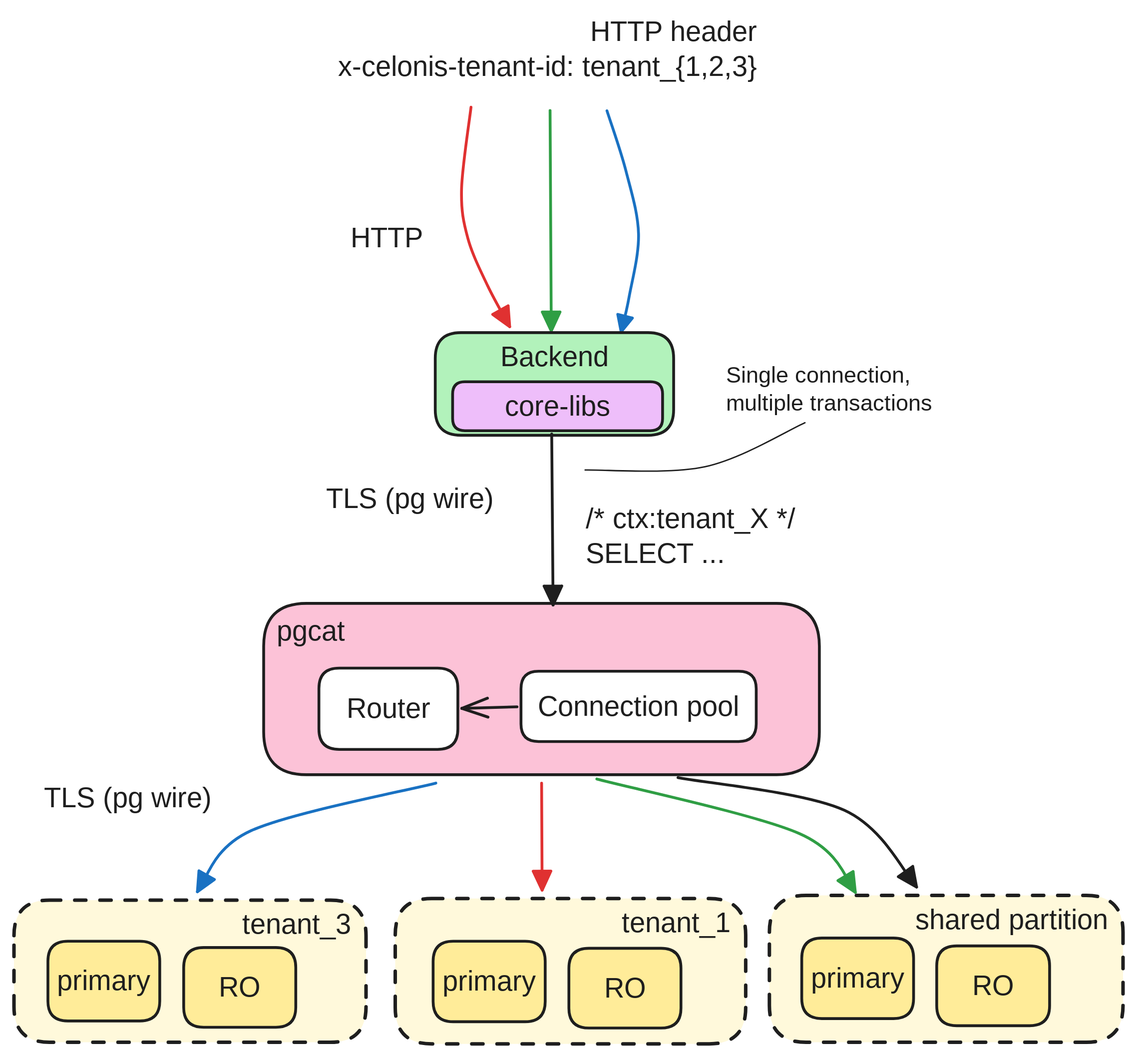
mbrt/blog keeps this Excalidraw diagram as content/posts/multi-tenant-cmek/img11.svg. Above is the earlier version. Source tidied: one line per element, renumbered; positions are measured from the earlier drawing's top-left corner, leaving out a move shared by most shapes.
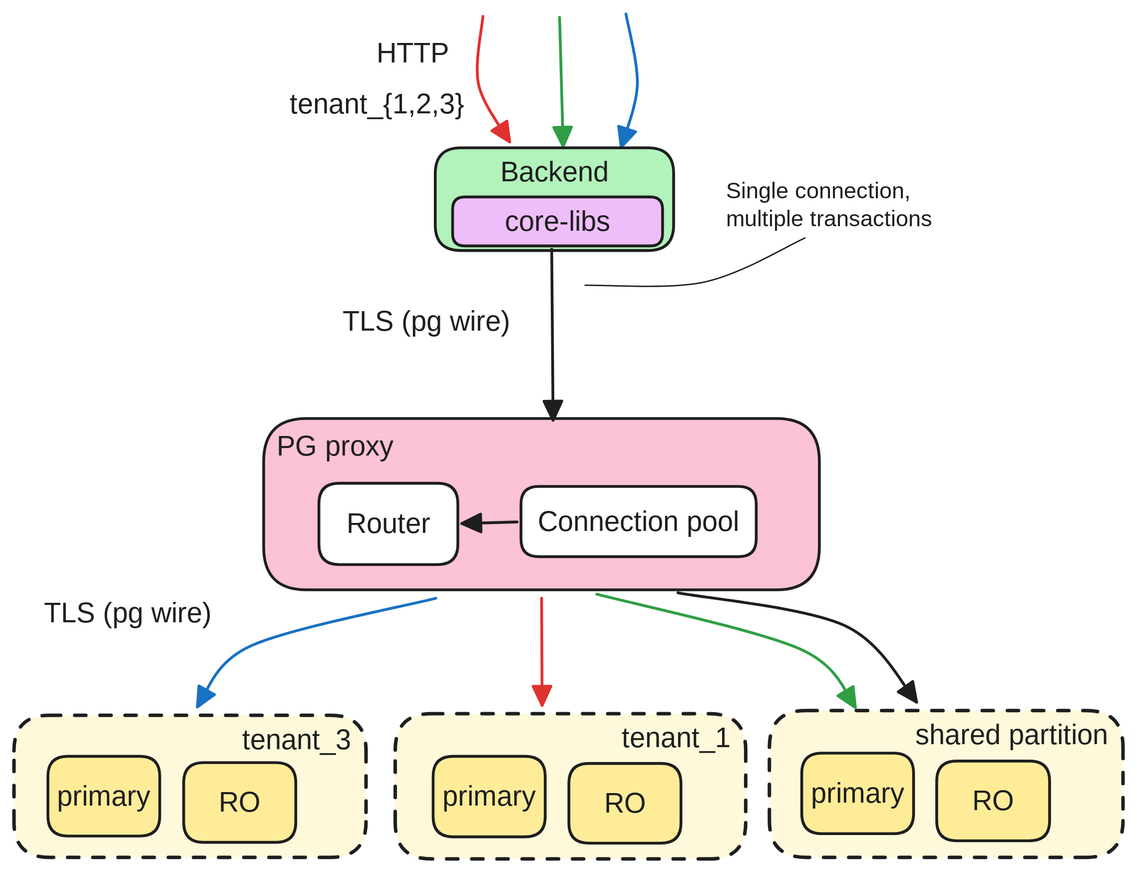
The same file after the commit.

Change to the diagram source:
```diff
@@ -1,18 +1,18 @@
-{"id": 0, "type": "arrow", "strokeColor": "#2f9e44", "strokeWidth": 2, "roughness": 0, "endArrowhead": "triangle", "x": 383, "y": 69, "width": 1, "height": 158, "points": [[0, 0], [1, 158]]}
+{"id": 0, "type": "arrow", "strokeColor": "#2f9e44", "strokeWidth": 2, "roughness": 0, "endArrowhead": "triangle", "x": 390, "y": 134, "width": 3, "height": 92, "points": [[0, 0], [3, 92]]}
-{"id": 1, "type": "arrow", "strokeColor": "#e03131", "strokeWidth": 2, "roughness": 0, "endArrowhead": "triangle", "round": true, "x": 327, "y": 67, "width": 34, "height": 157, "points": [[0, 0], [-7, 59], [-2, 94], [12, 128], [28, 157]]}
+{"id": 1, "type": "arrow", "strokeColor": "#e03131", "strokeWidth": 2, "roughness": 0, "endArrowhead": "triangle", "round": true, "x": 335, "y": 134, "width": 22, "height": 90, "points": [[0, 0], [-3, 49], [19, 90]]}
-{"id": 2, "type": "text", "text": "HTTP header\nx-celonis-tenant-id: tenant_{1,2,3}", "strokeColor": "#1e1e1e", "strokeWidth": 2, "roughness": 0, "fontSize": 20, "fontFamily": 6, "textAlign": "right", "x": 221, "y": 0, "width": 311, "height": 50}
+{"id": 2, "type": "text", "text": "\ntenant_{1,2,3}", "strokeColor": "#1e1e1e", "strokeWidth": 2, "roughness": 0, "fontSize": 20, "fontFamily": 6, "textAlign": "right", "x": 195, "y": 159, "width": 128, "height": 50}
-{"id": 3, "type": "arrow", "strokeColor": "#1971c2", "strokeWidth": 2, "roughness": 0, "endArrowhead": "triangle", "round": true, "x": 424, "y": 69, "width": 23, "height": 158, "points": [[0, 0], [14, 43], [23, 88], [16, 133], [10, 158]]}
+{"id": 3, "type": "arrow", "strokeColor": "#1971c2", "strokeWidth": 2, "roughness": 0, "endArrowhead": "triangle", "round": true, "x": 438, "y": 132, "width": 12, "height": 95, "points": [[0, 0], [8, 51], [-3, 95]]}
 {"id": 4, "type": "rectangle", "strokeColor": "#1e1e1e", "backgroundColor": "#b2f2bb", "fillStyle": "solid", "strokeWidth": 2, "roughness": 0, "round": true, "x": 301, "y": 228, "width": 171, "height": 73}
 {"id": 5, "type": "text", "text": "Backend", "strokeColor": "#1e1e1e", "strokeWidth": 2, "roughness": 1, "fontSize": 20, "fontFamily": 6, "textAlign": "center", "inside": 4, "x": 348, "y": 233, "width": 77, "height": 25}
 {"id": 6, "type": "rectangle", "strokeColor": "#1e1e1e", "backgroundColor": "#eebefa", "fillStyle": "solid", "strokeWidth": 2, "roughness": 0, "round": true, "x": 314, "y": 263, "width": 150, "height": 35}
 {"id": 7, "type": "text", "text": "core-libs", "strokeColor": "#1e1e1e", "backgroundColor": "#fcc2d7", "fillStyle": "solid", "strokeWidth": 2, "roughness": 1, "fontSize": 20, "fontFamily": 6, "textAlign": "center", "verticalAlign": "middle", "inside": 6, "x": 349, "y": 268, "width": 79, "height": 25}
 {"id": 8, "type": "rectangle", "strokeColor": "#1e1e1e", "backgroundColor": "#fcc2d7", "fillStyle": "solid", "strokeWidth": 2, "roughness": 0, "round": true, "x": 179, "y": 421, "width": 398, "height": 123}
-{"id": 9, "type": "text", "text": " pgcat", "strokeColor": "#1e1e1e", "strokeWidth": 2, "roughness": 0, "fontSize": 20, "fontFamily": 6, "x": 182, "y": 429, "width": 56, "height": 25}
+{"id": 9, "type": "text", "text": " PG proxy", "strokeColor": "#1e1e1e", "strokeWidth": 2, "roughness": 0, "fontSize": 20, "fontFamily": 6, "x": 182, "y": 429, "width": 88, "height": 25}
 {"id": 10, "type": "rectangle", "strokeColor": "#1e1e1e", "backgroundColor": "#ffffff", "fillStyle": "solid", "strokeWidth": 2, "roughness": 0, "round": true, "x": 218, "y": 468, "width": 99, "height": 58}
 {"id": 11, "type": "text", "text": "Router", "strokeColor": "#1e1e1e", "strokeWidth": 2, "roughness": 1, "fontSize": 20, "fontFamily": 6, "textAlign": "center", "verticalAlign": "middle", "inside": 10, "x": 237, "y": 484, "width": 61, "height": 25}
 {"id": 12, "type": "rectangle", "strokeColor": "#1e1e1e", "backgroundColor": "#ffffff", "fillStyle": "solid", "strokeWidth": 2, "roughness": 0, "round": true, "x": 363, "y": 470, "width": 168, "height": 50}
 {"id": 13, "type": "text", "text": "Connection pool", "strokeColor": "#1e1e1e", "strokeWidth": 2, "roughness": 1, "fontSize": 20, "fontFamily": 6, "textAlign": "center", "verticalAlign": "middle", "inside": 12, "x": 373, "y": 483, "width": 147, "height": 25}
-{"id": 14, "type": "arrow", "strokeColor": "#1e1e1e", "strokeWidth": 2, "roughness": 0, "endArrowhead": "arrow", "from": 12, "to": 10, "x": 360, "y": 495, "width": 40, "height": 1, "points": [[0, 0], [-40, 1]]}
+{"id": 14, "type": "arrow", "strokeColor": "#1e1e1e", "strokeWidth": 2, "roughness": 0, "endArrowhead": "triangle", "from": 12, "to": 10, "x": 360, "y": 495, "width": 40, "height": 1, "points": [[0, 0], [-40, 1]]}
 {"id": 15, "type": "rectangle", "strokeColor": "#1e1e1e", "backgroundColor": "#fff9db", "fillStyle": "solid", "strokeWidth": 2, "strokeStyle": "dashed", "roughness": 0, "round": true, "x": 0, "y": 634, "width": 252, "height": 102}
 {"id": 16, "type": "text", "text": "tenant_3 ", "strokeColor": "#1e1e1e", "strokeWidth": 2, "roughness": 1, "fontSize": 20, "fontFamily": 6, "textAlign": "right", "inside": 15, "x": 161, "y": 639, "width": 86, "height": 25}
 {"id": 17, "type": "rectangle", "strokeColor": "#1e1e1e", "backgroundColor": "#ffec99", "fillStyle": "solid", "strokeWidth": 2, "roughness": 0, "round": true, "x": 24, "y": 663, "width": 80, "height": 57}
@@ -32,9 +32,8 @@
 {"id": 31, "type": "rectangle", "strokeColor": "#1e1e1e", "backgroundColor": "#ffec99", "fillStyle": "solid", "strokeWidth": 2, "roughness": 0, "round": true, "x": 660, "y": 666, "width": 81, "height": 57}
 {"id": 32, "type": "text", "text": "RO", "strokeColor": "#1e1e1e", "strokeWidth": 2, "roughness": 1, "fontSize": 20, "fontFamily": 6, "textAlign": "center", "verticalAlign": "middle", "inside": 31, "x": 686, "y": 682, "width": 29, "height": 25}
 {"id": 33, "type": "arrow", "strokeColor": "#1e1e1e", "backgroundColor": "#fff9db", "fillStyle": "solid", "strokeWidth": 2, "roughness": 0, "endArrowhead": "triangle", "round": true, "from": 4, "to": 8, "x": 385, "y": 300, "width": 1, "height": 122, "points": [[0, 0], [1, 122]]}
-{"id": 34, "type": "text", "text": "HTTP", "strokeColor": "#1e1e1e", "backgroundColor": "#fff9db", "fillStyle": "solid", "strokeWidth": 2, "roughness": 0, "fontSize": 20, "fontFamily": 6, "x": 241, "y": 147, "width": 53, "height": 25}
+{"id": 34, "type": "text", "text": "HTTP", "strokeColor": "#1e1e1e", "backgroundColor": "#fff9db", "fillStyle": "solid", "strokeWidth": 2, "roughness": 0, "fontSize": 20, "fontFamily": 6, "x": 259, "y": 147, "width": 53, "height": 25}
-{"id": 35, "type": "text", "text": "/* ctx:tenant_X */\nSELECT ...", "strokeColor": "#1e1e1e", "backgroundColor": "#fff9db", "fillStyle": "solid", "strokeWidth": 2, "roughness": 0, "fontSize": 20, "fontFamily": 6, "x": 409, "y": 348, "width": 152, "height": 50}
-{"id": 36, "type": "text", "text": "TLS (pg wire)", "strokeColor": "#1e1e1e", "backgroundColor": "#fff9db", "fillStyle": "solid", "strokeWidth": 2, "roughness": 0, "fontSize": 20, "fontFamily": 6, "x": 223, "y": 334, "width": 121, "height": 25}
+{"id": 36, "type": "text", "text": "TLS (pg wire)", "strokeColor": "#1e1e1e", "backgroundColor": "#fff9db", "fillStyle": "solid", "strokeWidth": 2, "roughness": 0, "fontSize": 20, "fontFamily": 6, "x": 235, "y": 339, "width": 121, "height": 25}
 {"id": 37, "type": "text", "text": "TLS (pg wire)", "strokeColor": "#1e1e1e", "backgroundColor": "#fff9db", "fillStyle": "solid", "strokeWidth": 2, "roughness": 0, "fontSize": 20, "fontFamily": 6, "x": 21, "y": 548, "width": 121, "height": 25}
 {"id": 38, "type": "arrow", "strokeColor": "#1971c2", "backgroundColor": "#fff9db", "fillStyle": "solid", "strokeWidth": 2, "roughness": 0, "endArrowhead": "triangle", "round": true, "from": 8, "to": 15, "x": 302, "y": 550, "width": 171, "height": 78, "points": [[0, 0], [-132, 34], [-171, 78]]}
 {"id": 39, "type": "arrow", "strokeColor": "#e03131", "backgroundColor": "#fff9db", "fillStyle": "solid", "strokeWidth": 2, "roughness": 0, "endArrowhead": "triangle", "round": true, "from": 8, "to": 21, "x": 377, "y": 550, "width": 0, "height": 77, "points": [[0, 0], [0, 77]]}
```
